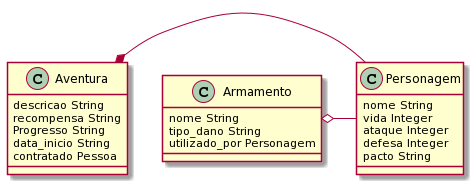
rayelot/AV5 keeps this PlantUML diagram as Av1_Programação/imagens_funcionamento/Diagrama UML/Diagrama UML.png. Above is the earlier version.
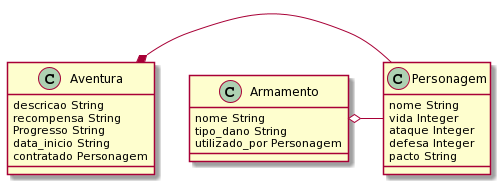
The same file after the commit.

Diff of the diagram source:
```diff
@@ -17,7 +17,7 @@
     recompensa String
     Progresso String
     data_inicio String
-    contratado Pessoa
+    contratado Personagem
 }
 
 Aventura *- Personagem
```
